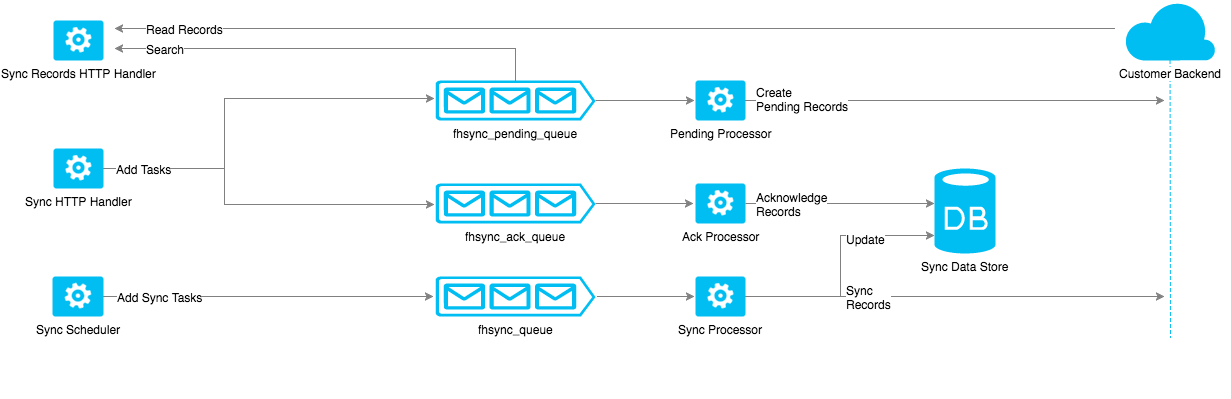
sedroche/feedhenry-sdk-docs keeps this draw.io diagram as figures/sync_architecture.png. Above is the earlier version. Source tidied: cells renumbered, new cells last; positions are measured from the earlier drawing's top-left corner, leaving out a move shared by most shapes.
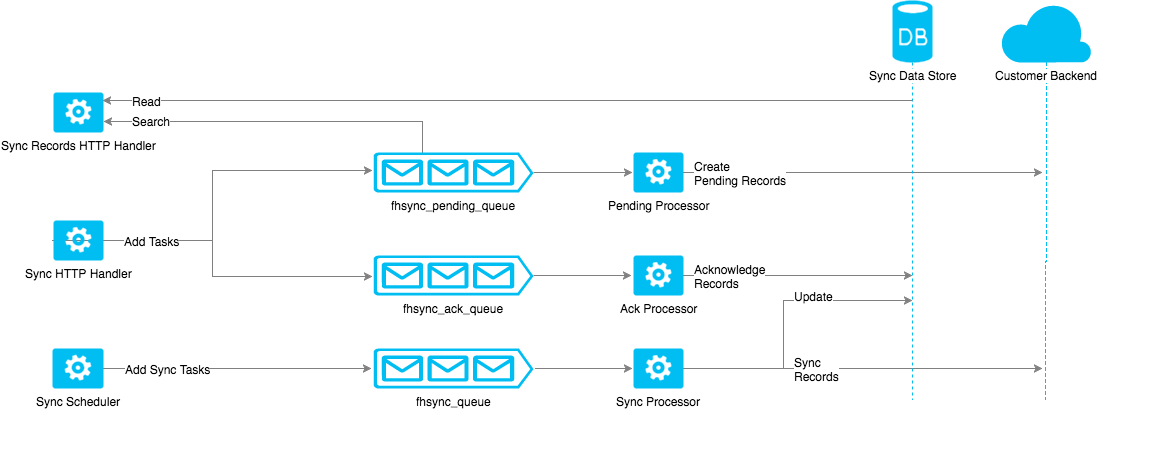
After the commit.

Commit message:
FH-3237 Update sync architecture figure based on comments

Change to the diagram source:
```diff
@@ -4,9 +4,41 @@
     <mxCell id="1" style="html=1;" parent="0" />
     <mxCell id="2" style="edgeStyle=orthogonalEdgeStyle;rounded=0;html=1;jettySize=auto;strokeColor=#808080;" parent="1" edge="1" source="14">
       <mxGeometry relative="1" as="geometry">
-        <mxPoint x="1112" y="296" as="targetPoint" />
+        <mxPoint x="1052" y="296" as="targetPoint" />
       </mxGeometry>
     </mxCell>
+    <mxCell id="15" style="edgeStyle=orthogonalEdgeStyle;rounded=0;html=1;jettySize=auto;strokeColor=#808080;" parent="1" edge="1" source="17">
+      <mxGeometry relative="1" as="geometry">
+        <mxPoint x="1052" y="100" as="targetPoint" />
+        <Array as="points">
+          <mxPoint x="952" y="100" />
+        </Array>
+      </mxGeometry>
+    </mxCell>
+    <mxCell id="16" value="Create&lt;div&gt;Pending Records&lt;/div&gt;" style="text;html=1;align=left;verticalAlign=middle;labelBackgroundColor=#ffffff;" parent="15" vertex="1">
+      <mxGeometry x="-0.54" y="1" relative="1" as="geometry">
+        <mxPoint x="-74" y="1" as="offset" />
+      </mxGeometry>
+    </mxCell>
+    <mxCell id="35" style="edgeStyle=orthogonalEdgeStyle;rounded=0;html=1;jettySize=auto;orthogonalLoop=1;strokeColor=#00BEF2;dashed=1;" parent="1" edge="1">
+      <mxGeometry relative="1" as="geometry">
+        <mxPoint x="922" y="-22" as="sourcePoint" />
+        <mxPoint x="922" y="388" as="targetPoint" />
+      </mxGeometry>
+    </mxCell>
+    <mxCell id="36" style="edgeStyle=orthogonalEdgeStyle;rounded=0;html=1;entryX=0.98;entryY=0.2;entryPerimeter=0;jettySize=auto;strokeColor=#808080;" parent="1" edge="1" target="32">
+      <mxGeometry relative="1" as="geometry">
+        <mxPoint x="922" y="28" as="sourcePoint" />
+      </mxGeometry>
+    </mxCell>
+    <mxCell id="37" value="Read" style="text;html=1;align=left;verticalAlign=middle;labelBackgroundColor=#ffffff;" parent="36" vertex="1">
+      <mxGeometry x="0.14" y="1" relative="1" as="geometry">
+        <mxPoint x="-322" y="-1" as="offset" />
+      </mxGeometry>
+    </mxCell>
+    <mxCell id="21" value="&lt;span style=&quot;background-color: rgb(255 , 255 , 255)&quot;&gt;Sync Data S&lt;span&gt;tore&lt;/span&gt;&lt;/span&gt;" style="verticalLabelPosition=bottom;html=1;verticalAlign=top;strokeColor=none;fillColor=#00BEF2;shape=mxgraph.azure.database;" parent="1" vertex="1">
+      <mxGeometry x="902" y="-72" width="40" height="62" as="geometry" />
+    </mxCell>
     <mxCell id="3" style="edgeStyle=orthogonalEdgeStyle;rounded=0;html=1;jettySize=auto;exitX=1.013;exitY=0.5;exitPerimeter=0;strokeColor=#808080;" parent="1" edge="1" source="4">
       <mxGeometry relative="1" as="geometry">
         <mxPoint x="642" y="296" as="targetPoint" />
@@ -29,68 +61,63 @@
         <mxPoint x="642" y="100" as="targetPoint" />
       </mxGeometry>
     </mxCell>
-    <mxCell id="8" style="edgeStyle=orthogonalEdgeStyle;rounded=0;html=1;jettySize=auto;strokeColor=#808080;" parent="1" edge="1" source="10">
-      <mxGeometry relative="1" as="geometry">
-        <mxPoint x="62" y="48" as="targetPoint" />
-        <Array as="points">
-          <mxPoint x="463" y="48" />
-        </Array>
-      </mxGeometry>
-    </mxCell>
+    <mxCell id="38" style="edgeStyle=orthogonalEdgeStyle;rounded=0;html=1;entryX=1;entryY=0.725;entryPerimeter=0;jettySize=auto;strokeColor=#808080;" parent="1" edge="1" source="10" target="32">
+      <mxGeometry relative="1" as="geometry">
+        <Array as="points">
+          <mxPoint x="432" y="49" />
+        </Array>
+      </mxGeometry>
+    </mxCell>
-    <mxCell id="9" value="Search" style="text;html=1;align=center;verticalAlign=middle;labelBackgroundColor=#ffffff;" parent="8" vertex="1">
-      <mxGeometry x="-0.16" y="-2" relative="1" as="geometry">
-        <mxPoint x="-202" y="2" as="offset" />
+    <mxCell id="9" value="Search" style="text;html=1;align=left;verticalAlign=middle;labelBackgroundColor=#ffffff;" parent="38" vertex="1">
+      <mxGeometry x="0.77" y="1" relative="1" as="geometry">
+        <mxPoint x="-14" y="-2" as="offset" />
       </mxGeometry>
     </mxCell>
     <mxCell id="10" value="fhsync_pending_queue" style="verticalLabelPosition=bottom;html=1;verticalAlign=top;strokeColor=none;fillColor=#00BEF2;shape=mxgraph.azure.queue_generic;" parent="1" vertex="1">
       <mxGeometry x="383" y="80" width="160" height="40" as="geometry" />
     </mxCell>
-    <mxCell id="11" style="edgeStyle=orthogonalEdgeStyle;rounded=0;html=1;entryX=0;entryY=0.788;entryPerimeter=0;jettySize=auto;strokeColor=#808080;" parent="1" edge="1" source="14" target="21">
-      <mxGeometry relative="1" as="geometry" />
+    <mxCell id="11" style="edgeStyle=orthogonalEdgeStyle;rounded=0;html=1;jettySize=auto;strokeColor=#808080;" parent="1" edge="1" source="14">
+      <mxGeometry relative="1" as="geometry">
+        <mxPoint x="922" y="228" as="targetPoint" />
+        <Array as="points">
+          <mxPoint x="793" y="296" />
+          <mxPoint x="793" y="228" />
+          <mxPoint x="912" y="228" />
+        </Array>
+      </mxGeometry>
     </mxCell>
     <mxCell id="12" value="Sync&lt;div&gt;Records&lt;/div&gt;" style="text;html=1;align=left;verticalAlign=middle;labelBackgroundColor=#FFFFFF;" parent="11" vertex="1">
       <mxGeometry x="-0.32" y="1" relative="1" as="geometry">
-        <mxPoint x="14" y="1" as="offset" />
+        <mxPoint x="10" y="1" as="offset" />
       </mxGeometry>
     </mxCell>
     <mxCell id="13" value="Update" style="text;html=1;align=left;verticalAlign=middle;labelBackgroundColor=#ffffff;" parent="11" vertex="1">
       <mxGeometry x="0.38" y="-1" relative="1" as="geometry">
-        <mxPoint x="-13" y="2" as="offset" />
+        <mxPoint x="-29" y="-6" as="offset" />
       </mxGeometry>
     </mxCell>
     <mxCell id="14" value="Sync Processor" style="verticalLabelPosition=bottom;html=1;verticalAlign=top;strokeColor=none;fillColor=#00BEF2;shape=mxgraph.azure.worker_role;" parent="1" vertex="1">
       <mxGeometry x="643" y="276" width="50" height="40" as="geometry" />
     </mxCell>
-    <mxCell id="15" style="edgeStyle=orthogonalEdgeStyle;rounded=0;html=1;jettySize=auto;strokeColor=#808080;" parent="1" edge="1" source="17">
-      <mxGeometry relative="1" as="geometry">
-        <mxPoint x="1112" y="100" as="targetPoint" />
-        <Array as="points">
-          <mxPoint x="1073" y="100" />
-        </Array>
-      </mxGeometry>
-    </mxCell>
-    <mxCell id="16" value="Create&lt;div&gt;Pending Records&lt;/div&gt;" style="text;html=1;align=left;verticalAlign=middle;labelBackgroundColor=#ffffff;" parent="15" vertex="1">
-      <mxGeometry x="-0.54" y="1" relative="1" as="geometry">
-        <mxPoint x="-88" y="-1" as="offset" />
-      </mxGeometry>
-    </mxCell>
     <mxCell id="17" value="Pending Processor" style="verticalLabelPosition=bottom;html=1;verticalAlign=top;strokeColor=none;fillColor=#00BEF2;shape=mxgraph.azure.worker_role;" parent="1" vertex="1">
       <mxGeometry x="643" y="80" width="50" height="40" as="geometry" />
     </mxCell>
-    <mxCell id="18" style="edgeStyle=orthogonalEdgeStyle;rounded=0;html=1;entryX=0;entryY=0.412;entryPerimeter=0;jettySize=auto;strokeColor=#808080;" parent="1" edge="1" source="20" target="21">
-      <mxGeometry relative="1" as="geometry" />
+    <mxCell id="18" style="edgeStyle=orthogonalEdgeStyle;rounded=0;html=1;jettySize=auto;strokeColor=#808080;" parent="1" edge="1" source="20">
+      <mxGeometry relative="1" as="geometry">
+        <mxPoint x="922" y="203" as="targetPoint" />
+        <Array as="points">
+          <mxPoint x="892" y="203" />
+        </Array>
+      </mxGeometry>
     </mxCell>
     <mxCell id="19" value="Acknowledge&lt;div&gt;Records&lt;/div&gt;" style="text;html=1;align=left;verticalAlign=middle;labelBackgroundColor=#ffffff;" parent="18" vertex="1">
       <mxGeometry x="0.24" y="1" relative="1" as="geometry">
-        <mxPoint x="-108" y="1" as="offset" />
+        <mxPoint x="-133" y="1" as="offset" />
       </mxGeometry>
     </mxCell>
     <mxCell id="20" value="Ack Processor" style="verticalLabelPosition=bottom;html=1;verticalAlign=top;strokeColor=none;fillColor=#00BEF2;shape=mxgraph.azure.worker_role;" parent="1" vertex="1">
       <mxGeometry x="643" y="183" width="50" height="40" as="geometry" />
     </mxCell>
-    <mxCell id="21" value="Sync Data S&lt;span&gt;tore&lt;/span&gt;" style="verticalLabelPosition=bottom;html=1;verticalAlign=top;strokeColor=none;fillColor=#00BEF2;shape=mxgraph.azure.database;" parent="1" vertex="1">
-      <mxGeometry x="882" y="168" width="61" height="85" as="geometry" />
-    </mxCell>
     <mxCell id="22" style="edgeStyle=orthogonalEdgeStyle;rounded=0;html=1;entryX=-0.012;entryY=0.5;entryPerimeter=0;jettySize=auto;strokeColor=#808080;" parent="1" edge="1" source="24" target="4">
       <mxGeometry relative="1" as="geometry">
         <Array as="points">
@@ -99,22 +126,21 @@
         </Array>
       </mxGeometry>
     </mxCell>
-    <mxCell id="23" value="Add Sync Tasks" style="text;html=1;align=left;verticalAlign=middle;labelBackgroundColor=#ffffff;fillColor=#EA6B66;strokeColor=#808080;" parent="22" vertex="1">
+    <mxCell id="23" value="Add Sync Tasks" style="text;html=1;align=left;verticalAlign=middle;labelBackgroundColor=#ffffff;fillColor=#EA6B66;strokeColor=#808080;direction=south;" parent="22" vertex="1">
       <mxGeometry x="-0.01" y="-1" relative="1" as="geometry">
-        <mxPoint x="-152" y="-1" as="offset" />
+        <mxPoint x="-113" y="-1" as="offset" />
       </mxGeometry>
     </mxCell>
     <mxCell id="24" value="Sync Scheduler" style="verticalLabelPosition=bottom;html=1;verticalAlign=top;strokeColor=none;fillColor=#00BEF2;shape=mxgraph.azure.worker_role;" parent="1" vertex="1">
-      <mxGeometry y="276" width="51" height="40" as="geometry" />
+      <mxGeometry x="62" y="276" width="51" height="40" as="geometry" />
     </mxCell>
     <mxCell id="25" style="edgeStyle=orthogonalEdgeStyle;rounded=0;html=1;jettySize=auto;orthogonalLoop=1;strokeColor=#808080;" parent="1" edge="1">
       <mxGeometry relative="1" as="geometry">
         <mxPoint x="62" y="168" as="sourcePoint" />
         <mxPoint x="382" y="98" as="targetPoint" />
         <Array as="points">
-          <mxPoint x="172" y="168" />
-          <mxPoint x="172" y="98" />
-          <mxPoint x="369" y="98" />
+          <mxPoint x="222" y="168" />
+          <mxPoint x="222" y="98" />
         </Array>
       </mxGeometry>
     </mxCell>
@@ -122,47 +148,32 @@
       <mxGeometry relative="1" as="geometry">
         <mxPoint x="382" y="204" as="targetPoint" />
         <Array as="points">
-          <mxPoint x="172" y="168" />
-          <mxPoint x="172" y="204" />
+          <mxPoint x="222" y="168" />
+          <mxPoint x="222" y="204" />
         </Array>
       </mxGeometry>
     </mxCell>
     <mxCell id="27" value="Add Tasks" style="text;html=1;align=left;verticalAlign=middle;labelBackgroundColor=#ffffff;" parent="26" vertex="1">
       <mxGeometry x="-0.55" y="-2" relative="1" as="geometry">
-        <mxPoint x="-71" y="-2" as="offset" />
+        <mxPoint x="-49" y="-2" as="offset" />
       </mxGeometry>
     </mxCell>
     <mxCell id="28" value="Sync HTTP Handler" style="verticalLabelPosition=bottom;html=1;verticalAlign=top;strokeColor=none;fillColor=#00BEF2;shape=mxgraph.azure.worker_role;" parent="1" vertex="1">
-      <mxGeometry x="1" y="148" width="50" height="40" as="geometry" />
+      <mxGeometry x="63" y="148" width="50" height="40" as="geometry" />
     </mxCell>
-    <mxCell id="29" style="edgeStyle=orthogonalEdgeStyle;rounded=0;html=1;jettySize=auto;orthogonalLoop=1;strokeColor=#808080;" parent="1" edge="1">
-      <mxGeometry relative="1" as="geometry">
-        <mxPoint x="1062" y="28" as="sourcePoint" />
-        <mxPoint x="62" y="28" as="targetPoint" />
-        <Array as="points">
-          <mxPoint x="602" y="28" />
-          <mxPoint x="602" y="28" />
-        </Array>
-      </mxGeometry>
-    </mxCell>
-    <mxCell id="30" value="Read Records" style="text;html=1;align=center;verticalAlign=middle;labelBackgroundColor=#ffffff;" parent="29" vertex="1">
-      <mxGeometry x="-0.14" y="2" relative="1" as="geometry">
-        <mxPoint x="-502" y="-2" as="offset" />
-      </mxGeometry>
-    </mxCell>
-    <mxCell id="31" style="edgeStyle=none;rounded=0;html=1;jettySize=auto;strokeColor=#00BEF2;dashed=1;" parent="1" edge="1" source="34">
-      <mxGeometry relative="1" as="geometry">
-        <mxPoint x="1118" y="348" as="targetPoint" />
-      </mxGeometry>
-    </mxCell>
     <mxCell id="32" value="Sync Records HTTP Handler" style="verticalLabelPosition=bottom;html=1;verticalAlign=top;strokeColor=none;fillColor=#00BEF2;shape=mxgraph.azure.worker_role;" parent="1" vertex="1">
-      <mxGeometry x="1" y="20" width="50" height="40" as="geometry" />
+      <mxGeometry x="63" y="20" width="50" height="40" as="geometry" />
     </mxCell>
+    <mxCell id="39" style="edgeStyle=orthogonalEdgeStyle;rounded=0;html=1;jettySize=auto;strokeColor=#00BEF2;dashed=1;" parent="1" edge="1" source="34">
+      <mxGeometry relative="1" as="geometry">
+        <mxPoint x="1055" y="388" as="targetPoint" />
+      </mxGeometry>
+    </mxCell>
     <mxCell id="33" style="whiteSpace=wrap;html=1;strokeColor=#FFFFFF;" parent="1" vertex="1">
-      <mxGeometry x="1058" y="338" width="120" height="60" as="geometry" />
+      <mxGeometry x="842" y="328" width="336" height="60" as="geometry" />
     </mxCell>
     <mxCell id="34" value="&lt;span style=&quot;background-color: rgb(255 , 255 , 255)&quot;&gt;Customer Backend&lt;/span&gt;" style="verticalLabelPosition=bottom;html=1;verticalAlign=top;strokeColor=none;fillColor=#00BEF2;shape=mxgraph.azure.cloud;" parent="1" vertex="1">
-      <mxGeometry x="1072" width="91" height="60" as="geometry" />
+      <mxGeometry x="1010" y="-70" width="91" height="60" as="geometry" />
     </mxCell>
   </root>
 </mxGraphModel>
```
